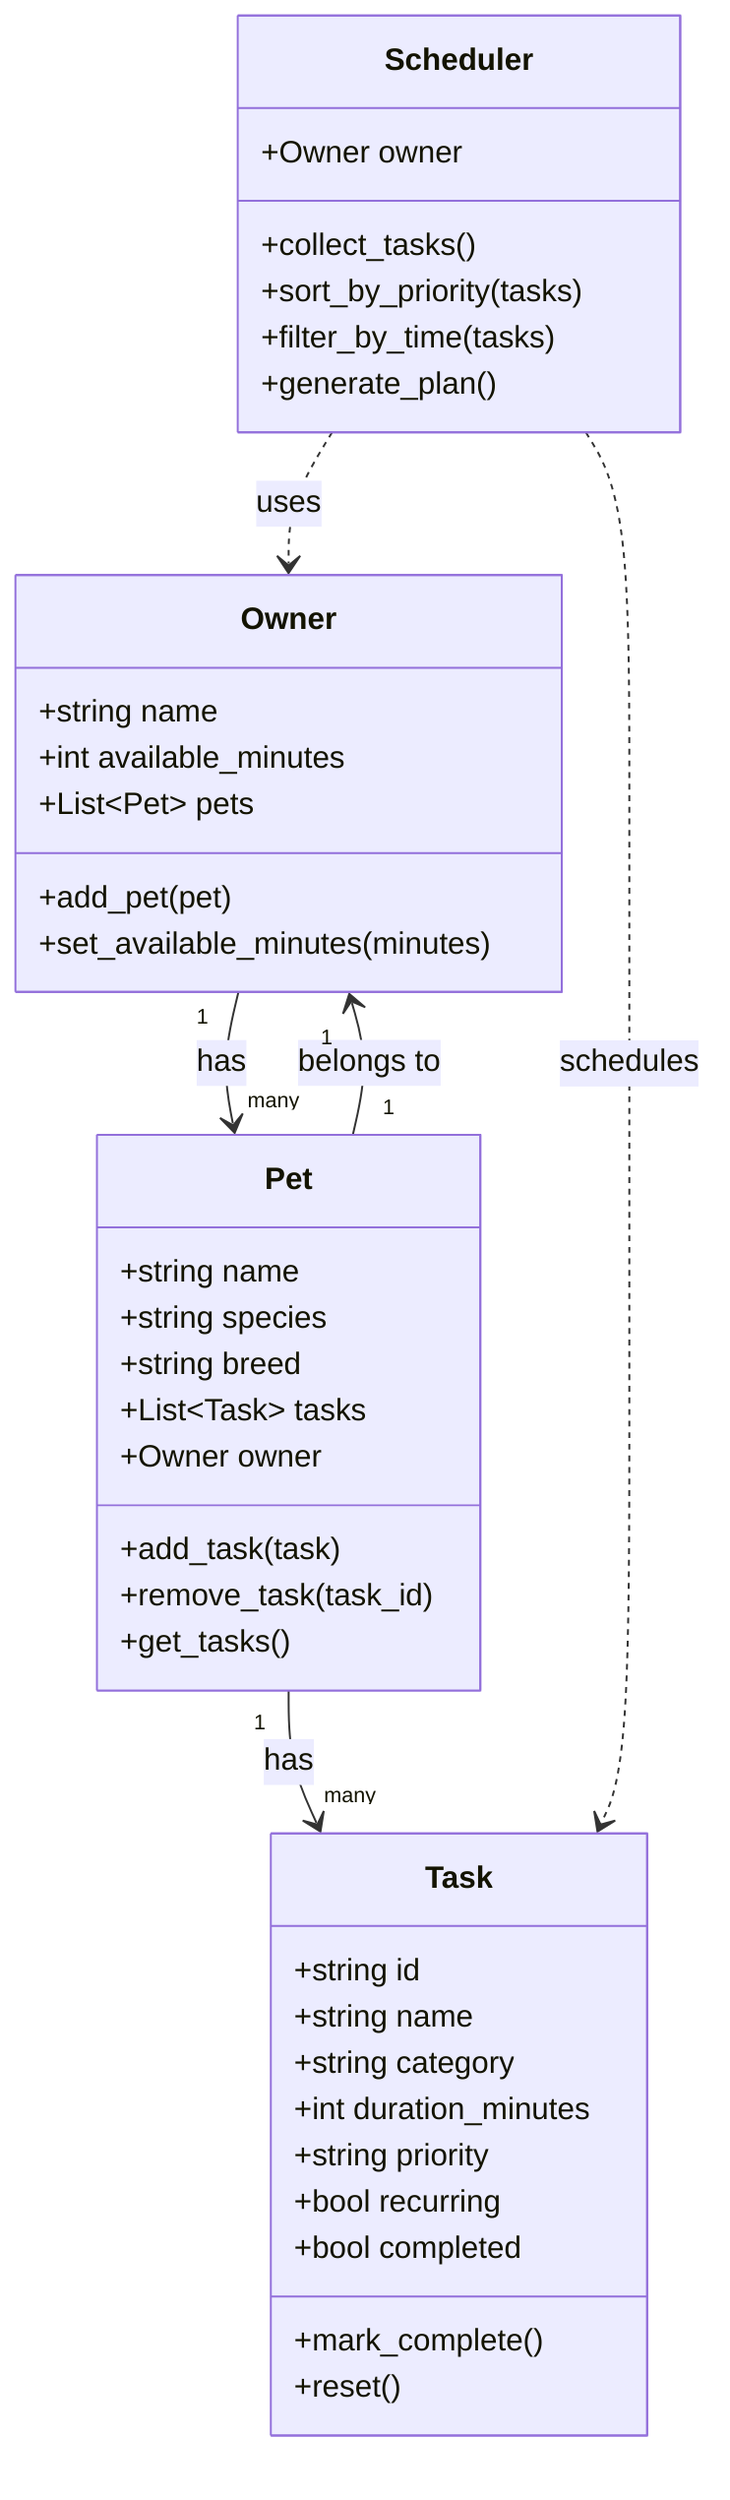
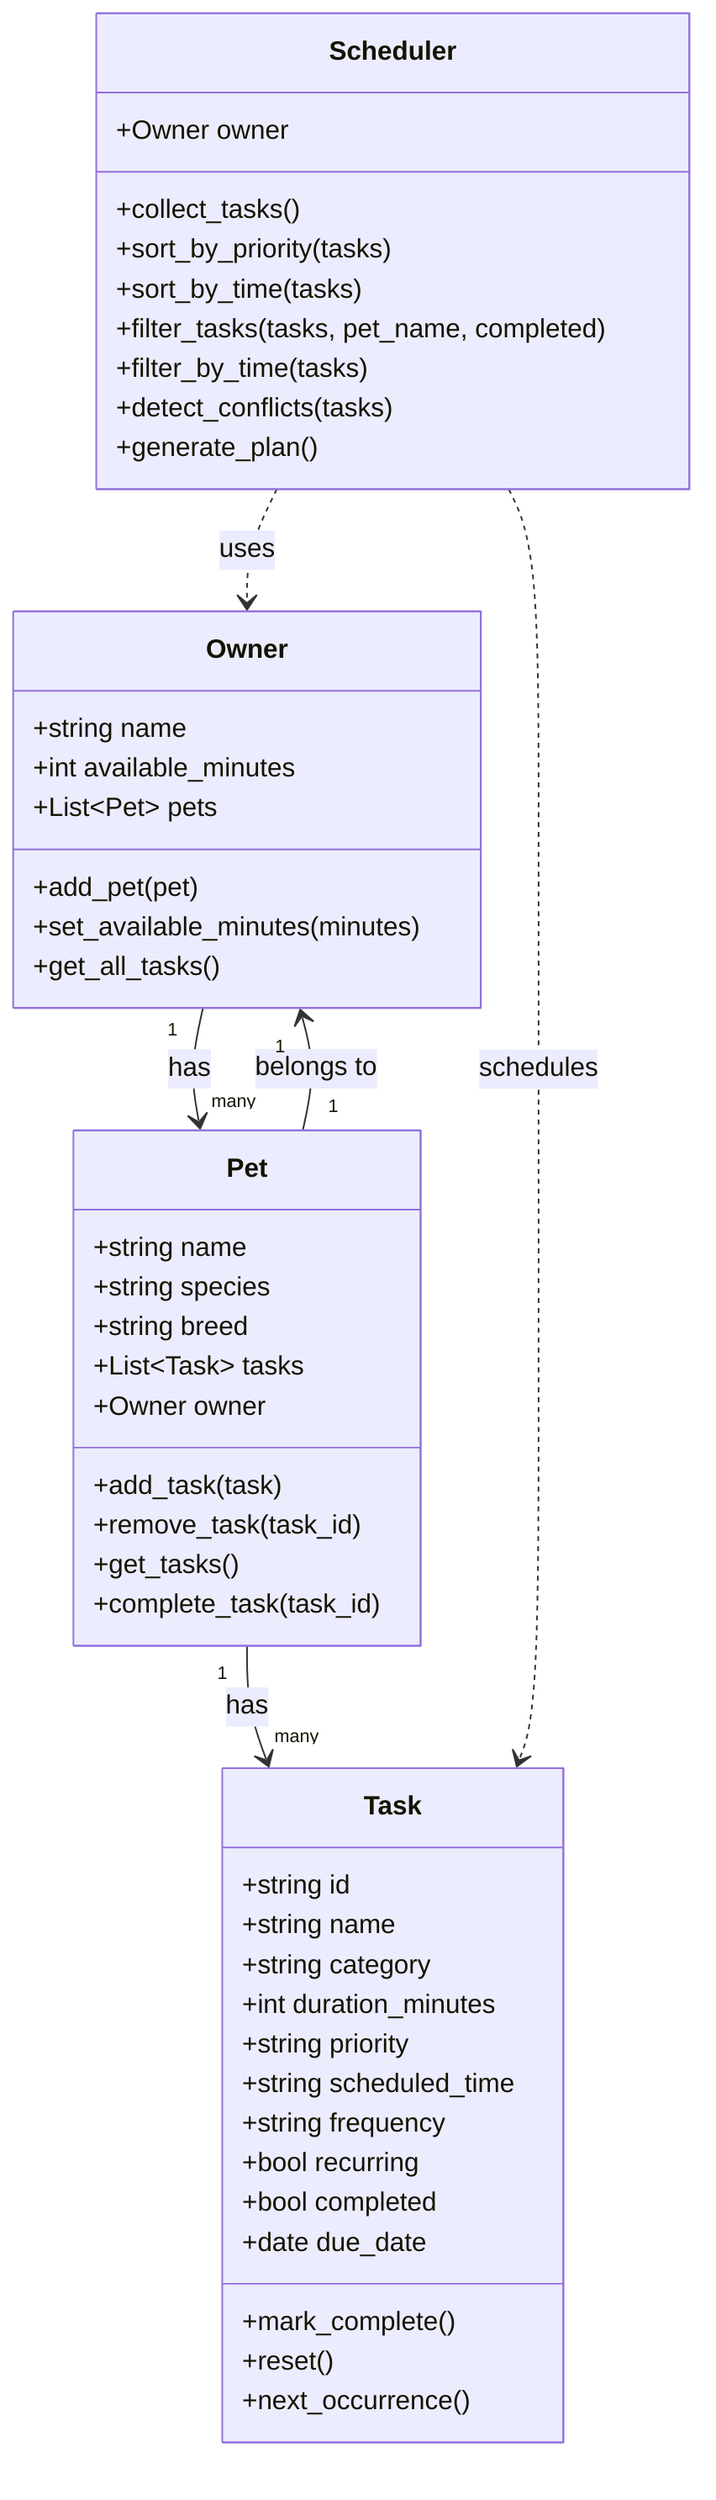
classDiagram
- class Owner{
-     +string name
-     +int available_minutes
-     +List~Pet~ pets
-     +add_pet(pet)
-     +set_available_minutes(minutes)
- }
- class Pet{
-     +string name
-     +string species
-     +string breed
-     +List~Task~ tasks
-     +Owner owner
-     +add_task(task)
-     +remove_task(task_id)
-     +get_tasks()
- }
- class Task{
-     +string id
-     +string name
-     +string category
-     +int duration_minutes
-     +string priority
-     +bool recurring
-     +bool completed
-     +mark_complete()
-     +reset()
- }
- class Scheduler{
-     +Owner owner
-     +collect_tasks()
-     +sort_by_priority(tasks)
-     +filter_by_time(tasks)
-     +generate_plan()
- }
- Owner "1"-->"many" Pet:has
- Pet "1"-->"many" Task:has
- Pet "1"-->"1" Owner:belongs to
- Scheduler ..> Owner:uses
- Scheduler ..> Task:schedules+ 
+     class Owner {
+         +string name
+         +int available_minutes
+         +List~Pet~ pets
+         +add_pet(pet)
+         +set_available_minutes(minutes)
+         +get_all_tasks()
+     }
+ 
+     class Pet {
+         +string name
+         +string species
+         +string breed
+         +List~Task~ tasks
+         +Owner owner
+         +add_task(task)
+         +remove_task(task_id)
+         +get_tasks()
+         +complete_task(task_id)
+     }
+ 
+     class Task {
+         +string id
+         +string name
+         +string category
+         +int duration_minutes
+         +string priority
+         +string scheduled_time
+         +string frequency
+         +bool recurring
+         +bool completed
+         +date due_date
+         +mark_complete()
+         +reset()
+         +next_occurrence()
+     }
+ 
+     class Scheduler {
+         +Owner owner
+         +collect_tasks()
+         +sort_by_priority(tasks)
+         +sort_by_time(tasks)
+         +filter_tasks(tasks, pet_name, completed)
+         +filter_by_time(tasks)
+         +detect_conflicts(tasks)
+         +generate_plan()
+     }
+ 
+     Owner "1" --> "many" Pet : has
+ 
+     Pet "1" --> "many" Task : has
+ 
+     Pet "1" --> "1" Owner : belongs to
+ 
+     Scheduler ..> Owner : uses
+ 
+     Scheduler ..> Task : schedules